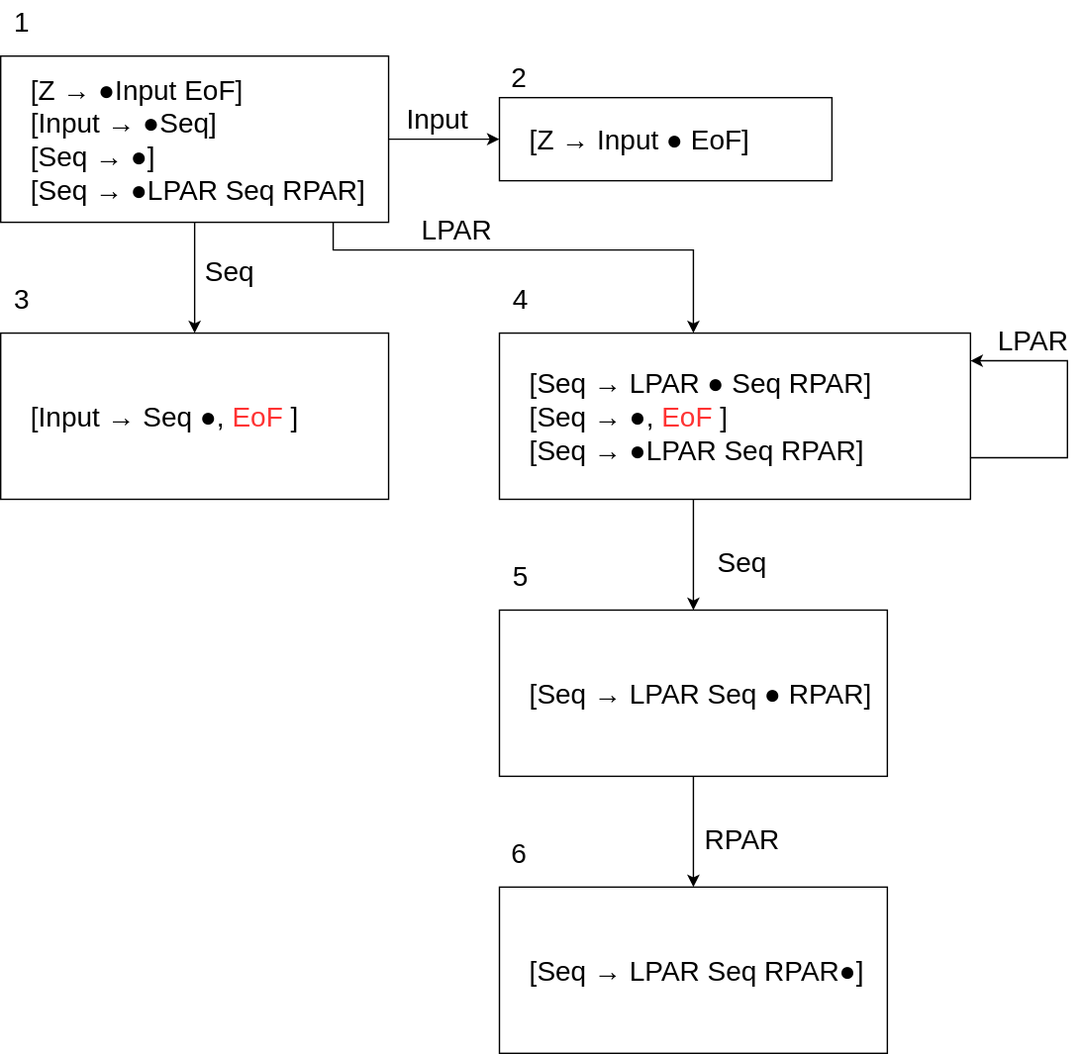
mamemilk/acrc keeps this draw.io diagram as コンパイラ入門_山下/chapt7,8/slr_automaton_4.drawio.svg. Above is the earlier version. Source tidied: cells renumbered, new cells last; positions are measured from the earlier drawing's top-left corner, leaving out a move shared by most shapes.
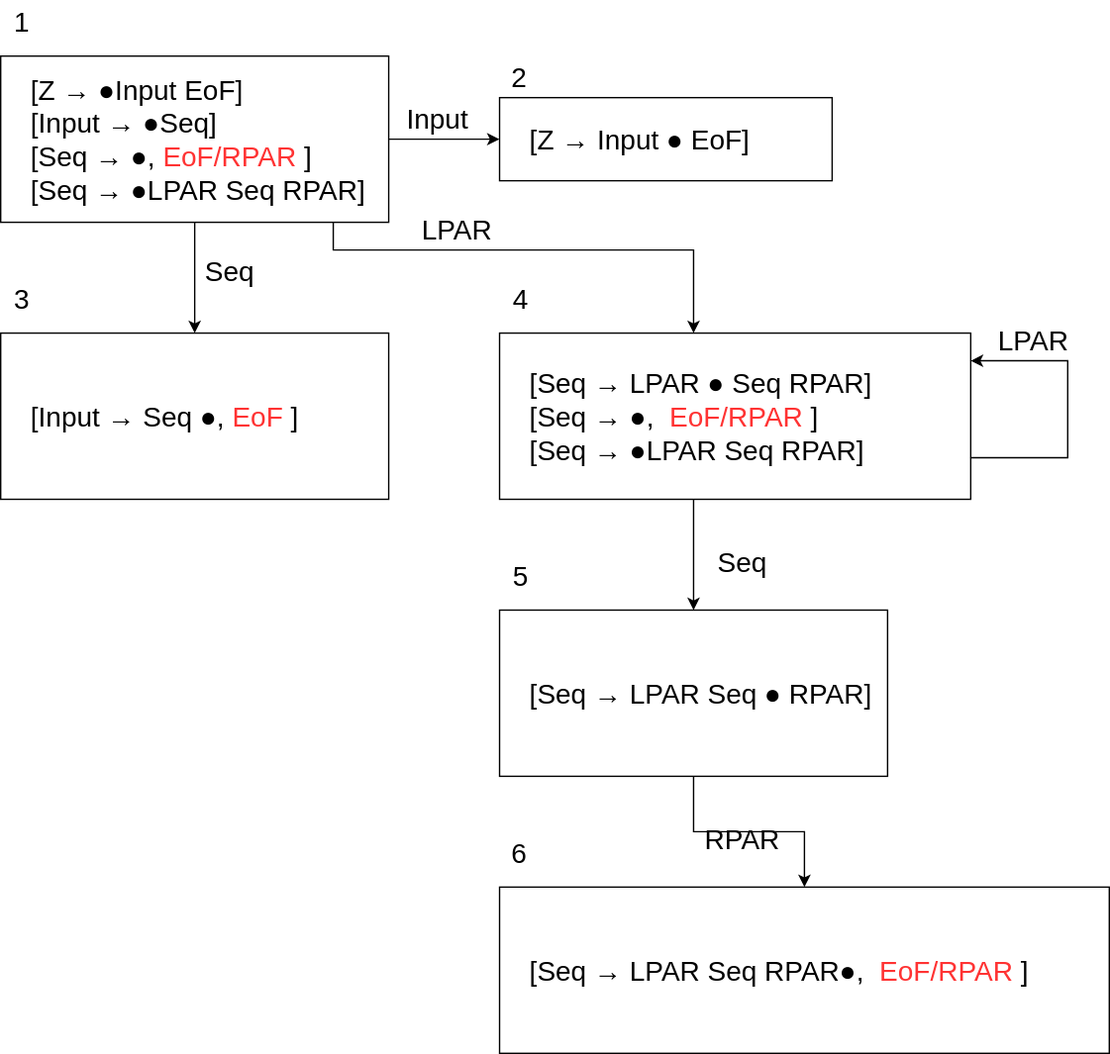
After the change.

Change to the diagram source:
```diff
@@ -18,7 +18,7 @@
         </Array>
       </mxGeometry>
     </mxCell>
-    <mxCell id="5" value="[Z → ●Input EoF]&lt;br&gt;[Input → ●Seq]&lt;br&gt;[Seq → ●]&lt;br&gt;[Seq → ●LPAR Seq RPAR]" style="rounded=0;whiteSpace=wrap;html=1;fontSize=20;align=left;spacingLeft=20;" parent="1" vertex="1">
+    <mxCell id="5" value="[Z → ●Input EoF]&lt;br&gt;[Input → ●Seq]&lt;br&gt;[Seq → ●, &lt;font color=&quot;#ff3333&quot;&gt;EoF/RPAR&lt;/font&gt;]&lt;br&gt;[Seq → ●LPAR Seq RPAR]" style="rounded=0;whiteSpace=wrap;html=1;fontSize=20;align=left;spacingLeft=20;" parent="1" vertex="1">
       <mxGeometry y="40" width="280" height="120" as="geometry" />
     </mxCell>
     <mxCell id="6" value="1" style="text;html=1;align=center;verticalAlign=middle;fontSize=20;" parent="1" vertex="1">
@@ -50,7 +50,7 @@
         </Array>
       </mxGeometry>
     </mxCell>
-    <mxCell id="14" value="[Seq → LPAR ●&amp;nbsp;Seq RPAR]&lt;br&gt;[Seq → ●, &lt;font color=&quot;#ff3333&quot;&gt;EoF&lt;/font&gt;]&lt;br&gt;[Seq → ●LPAR Seq RPAR]" style="rounded=0;whiteSpace=wrap;html=1;fontSize=20;align=left;spacingLeft=20;" parent="1" vertex="1">
+    <mxCell id="14" value="[Seq → LPAR ●&amp;nbsp;Seq RPAR]&lt;br&gt;[Seq → ●,&amp;nbsp;&lt;span style=&quot;color: rgb(255 , 51 , 51)&quot;&gt;EoF/RPAR&lt;/span&gt;]&lt;br&gt;[Seq → ●LPAR Seq RPAR]" style="rounded=0;whiteSpace=wrap;html=1;fontSize=20;align=left;spacingLeft=20;" parent="1" vertex="1">
       <mxGeometry x="360" y="240" width="340" height="120" as="geometry" />
     </mxCell>
     <mxCell id="15" value="4" style="text;html=1;align=center;verticalAlign=middle;fontSize=20;" parent="1" vertex="1">
@@ -85,8 +85,8 @@
     <mxCell id="22" value="Seq" style="text;html=1;align=center;verticalAlign=middle;fontSize=20;" parent="1" vertex="1">
       <mxGeometry x="510" y="390" width="50" height="30" as="geometry" />
     </mxCell>
-    <mxCell id="23" value="[Seq → LPAR Seq RPAR●]" style="rounded=0;whiteSpace=wrap;html=1;fontSize=20;align=left;spacingLeft=20;" parent="1" vertex="1">
-      <mxGeometry x="360" y="640" width="280" height="120" as="geometry" />
+    <mxCell id="23" value="[Seq → LPAR Seq RPAR●,&amp;nbsp;&lt;span style=&quot;color: rgb(255 , 51 , 51)&quot;&gt;EoF/RPAR&lt;/span&gt;]" style="rounded=0;whiteSpace=wrap;html=1;fontSize=20;align=left;spacingLeft=20;" parent="1" vertex="1">
+      <mxGeometry x="360" y="640" width="440" height="120" as="geometry" />
     </mxCell>
     <mxCell id="24" value="6" style="text;html=1;align=center;verticalAlign=middle;fontSize=20;" parent="1" vertex="1">
       <mxGeometry x="359" y="600" width="30" height="30" as="geometry" />
```
